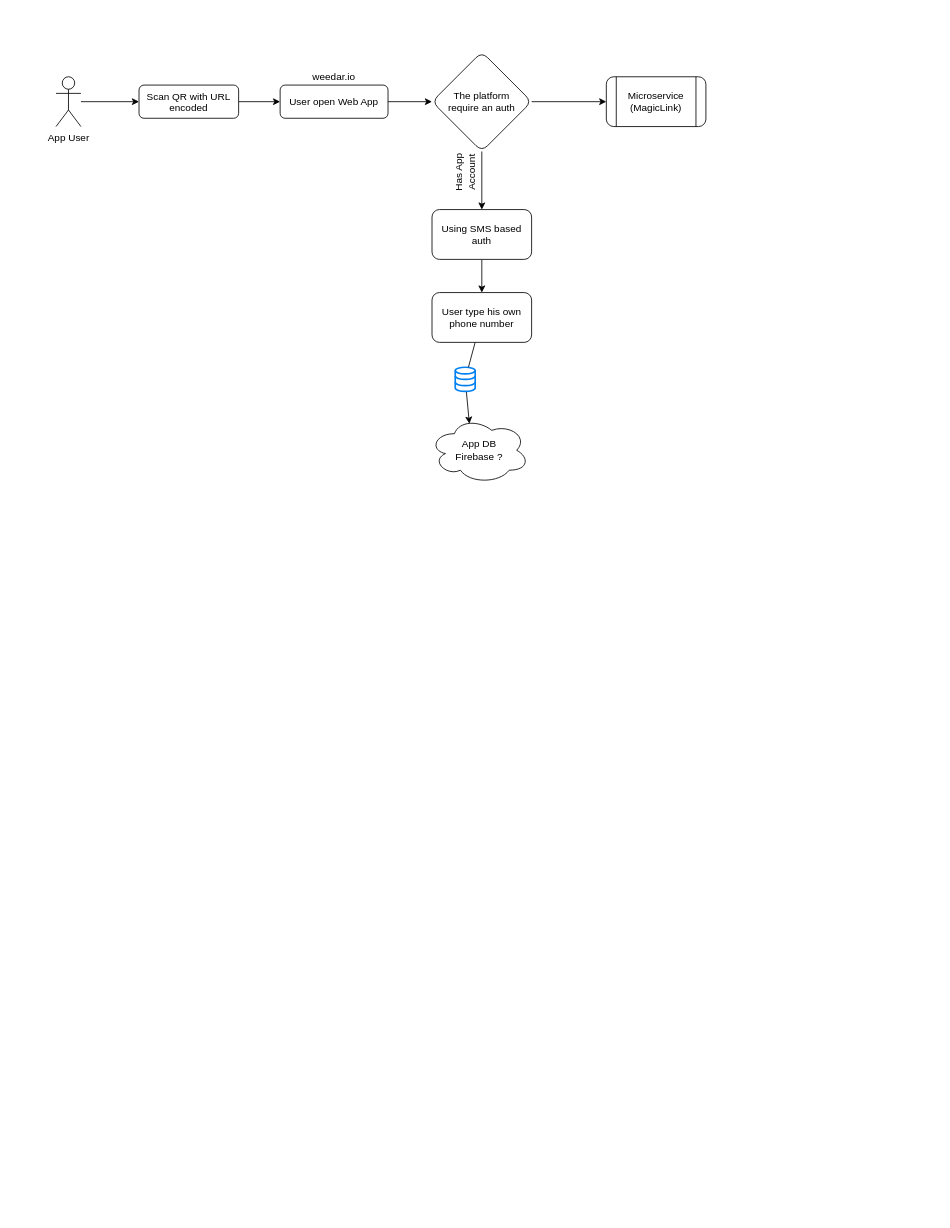
Above: weedar-flowchart.drawio in googleeer/weedar (draw.io), before the change. Source tidied: cells renumbered, new cells numbered last; positions are measured from the earlier drawing's top-left corner, leaving out a move shared by most shapes. Both pictures are drawn from the tidied source at 83%, with x=0, y=0 at pixel (56, 51).
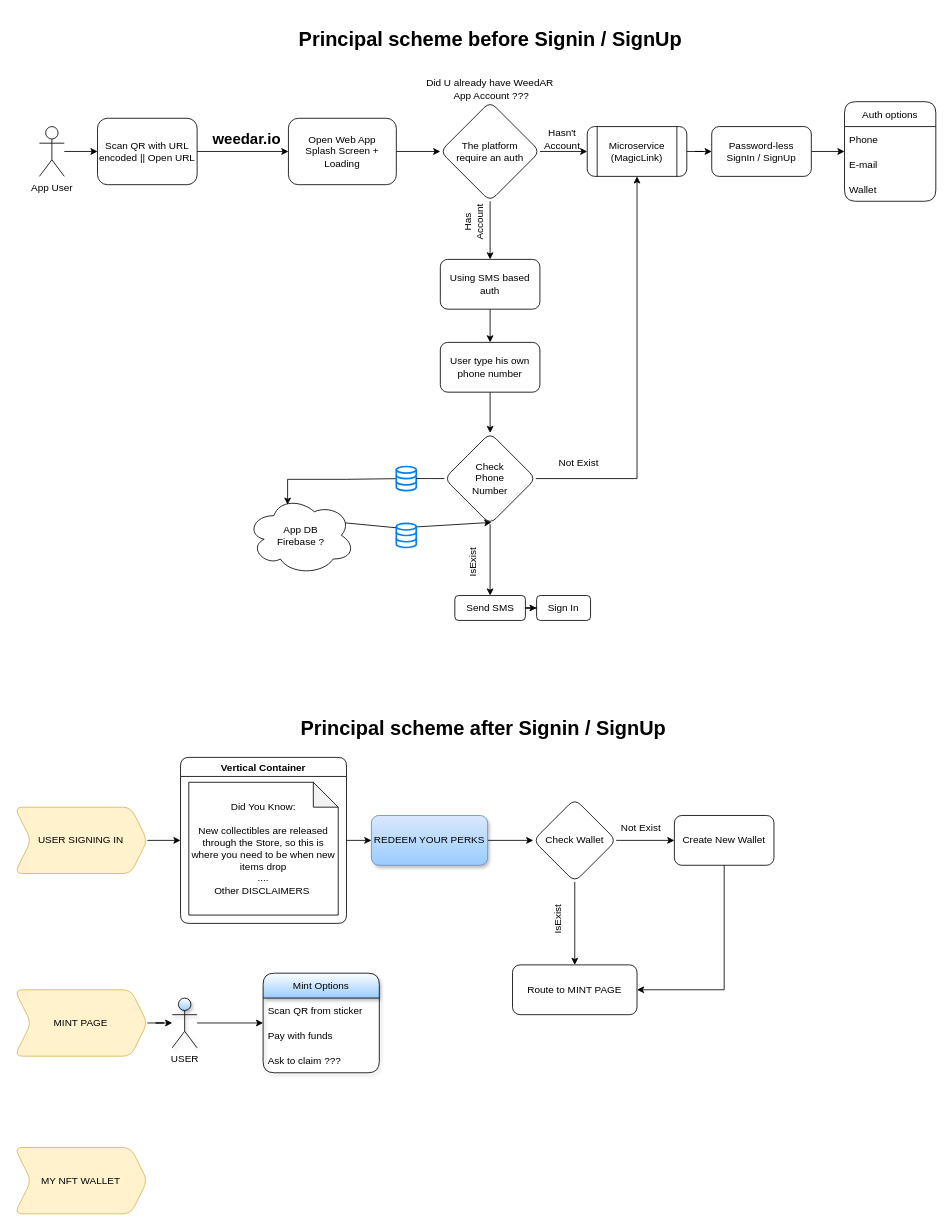
Above is the later version.

Change to the diagram source:
```diff
@@
-    <mxCell id="3" value="User open Web App" style="rounded=1;whiteSpace=wrap;html=1;fontSize=12;glass=0;strokeWidth=1;shadow=0;noLabel=0;" parent="1" vertex="1">
-      <mxGeometry x="270" y="40" width="130" height="40" as="geometry" />
+    <mxCell id="3" value="Open Web App&lt;br&gt;Splash Screen + Loading" style="rounded=1;whiteSpace=wrap;html=1;fontSize=12;glass=0;strokeWidth=1;shadow=0;noLabel=0;verticalAlign=middle;" parent="1" vertex="1">
+      <mxGeometry x="280" y="80" width="130" height="80" as="geometry" />
     </mxCell>
@@
     <mxCell id="5" value="App User" style="shape=umlActor;verticalLabelPosition=bottom;verticalAlign=top;html=1;outlineConnect=0;" parent="1" vertex="1">
-      <mxGeometry y="30" width="30" height="60" as="geometry" />
+      <mxGeometry x="-20" y="90" width="30" height="60" as="geometry" />
     </mxCell>
@@
-    <mxCell id="7" value="Scan QR with URL encoded" style="whiteSpace=wrap;html=1;verticalAlign=top;rounded=1;" parent="1" vertex="1">
-      <mxGeometry x="100" y="40" width="120" height="40" as="geometry" />
+    <mxCell id="7" value="Scan QR with URL encoded || Open URL" style="whiteSpace=wrap;html=1;verticalAlign=middle;rounded=1;" parent="1" vertex="1">
+      <mxGeometry x="50" y="80" width="120" height="80" as="geometry" />
     </mxCell>
+    <mxCell id="21" style="edgeStyle=orthogonalEdgeStyle;rounded=0;jettySize=auto;html=1;shadow=0;" parent="1" edge="1" source="8" target="32">
+      <mxGeometry relative="1" as="geometry" />
+    </mxCell>
     <mxCell id="8" value="Microservice (MagicLink)" style="shape=process;whiteSpace=wrap;html=1;backgroundOutline=1;rounded=1;" parent="1" vertex="1">
-      <mxGeometry x="663" y="30" width="120" height="60" as="geometry" />
+      <mxGeometry x="640" y="90" width="120" height="60" as="geometry" />
     </mxCell>
@@
     <mxCell id="10" value="Using SMS based auth" style="whiteSpace=wrap;html=1;rounded=1;glass=0;strokeWidth=1;shadow=0;" parent="1" vertex="1">
-      <mxGeometry x="453" y="190" width="120" height="60" as="geometry" />
+      <mxGeometry x="463" y="250" width="120" height="60" as="geometry" />
     </mxCell>
     <mxCell id="11" value="App DB&lt;br&gt;Firebase ?" style="ellipse;shape=cloud;whiteSpace=wrap;html=1;rounded=1;" parent="1" vertex="1">
-      <mxGeometry x="450" y="440" width="120" height="80" as="geometry" />
+      <mxGeometry x="230" y="535" width="130" height="95" as="geometry" />
     </mxCell>
+    <mxCell id="22" style="edgeStyle=orthogonalEdgeStyle;rounded=0;jettySize=auto;html=1;exitX=0.5;exitY=1;exitDx=0;exitDy=0;entryX=0.5;entryY=0;entryDx=0;entryDy=0;shadow=0;" parent="1" edge="1" source="12" target="25">
+      <mxGeometry relative="1" as="geometry" />
+    </mxCell>
     <mxCell id="12" value="User type his own phone number" style="rounded=1;whiteSpace=wrap;html=1;" parent="1" vertex="1">
-      <mxGeometry x="453" y="290" width="120" height="60" as="geometry" />
+      <mxGeometry x="463" y="350" width="120" height="60" as="geometry" />
     </mxCell>
-    <mxCell id="13" value="weedar.io" style="text;html=1;strokeColor=none;fillColor=none;align=center;verticalAlign=middle;whiteSpace=wrap;rounded=0;" parent="1" vertex="1" collapsed="1">
-      <mxGeometry x="295" y="20" width="80" height="20" as="geometry" />
+    <mxCell id="13" value="&lt;h2&gt;weedar.io&lt;/h2&gt;" style="text;html=1;strokeColor=none;fillColor=none;align=center;verticalAlign=middle;whiteSpace=wrap;rounded=0;" parent="1" vertex="1" collapsed="1">
+      <mxGeometry x="180" y="80" width="100" height="50" as="geometry" />
     </mxCell>
@@
     <mxCell id="16" value="&lt;span&gt;The platform&lt;/span&gt;&lt;br&gt;&lt;span&gt;require an auth&lt;/span&gt;" style="rhombus;whiteSpace=wrap;html=1;rounded=1;" parent="1" vertex="1">
-      <mxGeometry x="453" width="120" height="120" as="geometry" />
+      <mxGeometry x="463" y="60" width="120" height="120" as="geometry" />
     </mxCell>
-    <mxCell id="17" value="Has App Account" style="text;html=1;strokeColor=none;fillColor=none;align=center;verticalAlign=middle;whiteSpace=wrap;rounded=0;direction=east;rotation=-90;" parent="1" vertex="1">
-      <mxGeometry x="463" y="130" width="60" height="30" as="geometry" />
+    <mxCell id="17" value="Has Account" style="text;html=1;strokeColor=none;fillColor=none;align=center;verticalAlign=middle;whiteSpace=wrap;rounded=0;direction=east;rotation=-90;" parent="1" vertex="1">
+      <mxGeometry x="473" y="190" width="60" height="30" as="geometry" />
     </mxCell>
-    <mxCell id="18" style="endArrow=classic;html=1;rounded=0;shadow=0;startArrow=none;entryX=0.4;entryY=0.1;entryDx=0;entryDy=0;entryPerimeter=0;" parent="1" edge="1" source="19" target="11">
-      <mxGeometry relative="1" as="geometry" />
+    <mxCell id="18" style="endArrow=classic;html=1;rounded=0;shadow=0;startArrow=none;entryX=0.377;entryY=0.111;entryDx=0;entryDy=0;entryPerimeter=0;" parent="1" edge="1" source="19" target="11">
+      <mxGeometry relative="1" as="geometry">
+        <Array as="points">
+          <mxPoint x="350" y="515" />
+          <mxPoint x="279" y="515" />
+        </Array>
+      </mxGeometry>
     </mxCell>
     <mxCell id="19" style="html=1;verticalLabelPosition=bottom;align=center;labelBackgroundColor=#ffffff;verticalAlign=top;strokeWidth=2;strokeColor=#0080F0;shadow=0;dashed=0;shape=mxgraph.ios7.icons.data;rounded=1;" parent="1" vertex="1">
-      <mxGeometry x="481" y="380" width="24" height="29.1" as="geometry" />
+      <mxGeometry x="410" y="499.5" width="24" height="29.1" as="geometry" />
     </mxCell>
-    <mxCell id="20" style="endArrow=none;html=1;rounded=0;shadow=0;" parent="1" edge="1" source="12" target="19">
+    <mxCell id="20" style="endArrow=none;html=1;rounded=0;shadow=0;exitX=0;exitY=0.5;exitDx=0;exitDy=0;" parent="1" edge="1" source="25" target="19">
       <mxGeometry relative="1" as="geometry" />
     </mxCell>
+    <mxCell id="23" style="edgeStyle=orthogonalEdgeStyle;rounded=0;jettySize=auto;html=1;shadow=0;exitX=0.5;exitY=1;exitDx=0;exitDy=0;" parent="1" edge="1" source="25" target="27">
+      <mxGeometry relative="1" as="geometry" />
+    </mxCell>
+    <mxCell id="24" style="edgeStyle=orthogonalEdgeStyle;rounded=0;jettySize=auto;html=1;exitX=1;exitY=0.5;exitDx=0;exitDy=0;shadow=0;entryX=0.5;entryY=1;entryDx=0;entryDy=0;" parent="1" edge="1" source="25" target="8">
+      <mxGeometry relative="1" as="geometry">
+        <Array as="points">
+          <mxPoint x="700" y="514" />
+        </Array>
+      </mxGeometry>
+    </mxCell>
+    <mxCell id="25" value="Check &lt;br&gt;Phone &lt;br&gt;Number" style="rhombus;whiteSpace=wrap;html=1;rounded=1;" parent="1" vertex="1">
+      <mxGeometry x="468" y="459.1" width="110" height="110" as="geometry" />
+    </mxCell>
+    <mxCell id="26" style="edgeStyle=orthogonalEdgeStyle;rounded=0;jettySize=auto;html=1;shadow=0;" parent="1" edge="1" source="27" target="28">
+      <mxGeometry relative="1" as="geometry" />
+    </mxCell>
+    <mxCell id="27" value="Send SMS" style="rounded=1;whiteSpace=wrap;html=1;" parent="1" vertex="1">
+      <mxGeometry x="480.5" y="655" width="85" height="30" as="geometry" />
+    </mxCell>
+    <mxCell id="28" value="Sign In" style="whiteSpace=wrap;html=1;rounded=1;" parent="1" vertex="1">
+      <mxGeometry x="579" y="655" width="65" height="30" as="geometry" />
+    </mxCell>
+    <mxCell id="29" value="IsExist" style="text;html=1;strokeColor=none;fillColor=none;align=center;verticalAlign=middle;whiteSpace=wrap;rounded=0;rotation=-90;" parent="1" vertex="1">
+      <mxGeometry x="473" y="600" width="60" height="30" as="geometry" />
+    </mxCell>
+    <mxCell id="30" value="Hasn't Account" style="text;html=1;strokeColor=none;fillColor=none;align=center;verticalAlign=middle;whiteSpace=wrap;rounded=0;" parent="1" vertex="1">
+      <mxGeometry x="580" y="90" width="60" height="30" as="geometry" />
+    </mxCell>
+    <mxCell id="31" style="edgeStyle=orthogonalEdgeStyle;rounded=0;jettySize=auto;html=1;exitX=1;exitY=0.5;exitDx=0;exitDy=0;entryX=0;entryY=0.5;entryDx=0;entryDy=0;shadow=0;" parent="1" edge="1" source="32" target="34">
+      <mxGeometry relative="1" as="geometry" />
+    </mxCell>
+    <mxCell id="32" value="Password-less &lt;br&gt;SignIn / SignUp" style="whiteSpace=wrap;html=1;rounded=1;" parent="1" vertex="1">
+      <mxGeometry x="790" y="90" width="120" height="60" as="geometry" />
+    </mxCell>
+    <mxCell id="33" value="Not Exist" style="text;html=1;strokeColor=none;fillColor=none;align=center;verticalAlign=middle;whiteSpace=wrap;rounded=0;direction=east;rotation=0;" parent="1" vertex="1">
+      <mxGeometry x="600" y="480" width="60" height="30" as="geometry" />
+    </mxCell>
+    <mxCell id="34" value="Auth options" style="swimlane;fontStyle=0;horizontal=1;startSize=30;rounded=1;" parent="1" vertex="1">
+      <mxGeometry x="950" y="60" width="110" height="120" as="geometry" />
+    </mxCell>
+    <mxCell id="35" value="Phone" style="text;strokeColor=none;fillColor=none;align=left;verticalAlign=middle;spacingLeft=4;spacingRight=4;overflow=hidden;rounded=1;" parent="34" vertex="1">
+      <mxGeometry y="30" width="110" height="30" as="geometry" />
+    </mxCell>
+    <mxCell id="36" value="E-mail" style="text;strokeColor=none;fillColor=none;align=left;verticalAlign=middle;spacingLeft=4;spacingRight=4;overflow=hidden;rounded=1;" parent="34" vertex="1">
+      <mxGeometry y="60" width="110" height="30" as="geometry" />
+    </mxCell>
+    <mxCell id="37" value="Wallet" style="text;strokeColor=none;fillColor=none;align=left;verticalAlign=middle;spacingLeft=4;spacingRight=4;overflow=hidden;rounded=1;" parent="34" vertex="1">
+      <mxGeometry y="90" width="110" height="30" as="geometry" />
+    </mxCell>
+    <mxCell id="38" value="&lt;h1&gt;Principal scheme before Signin / SignUp&lt;/h1&gt;" style="text;html=1;strokeColor=none;fillColor=none;spacing=5;spacingTop=-20;whiteSpace=wrap;overflow=hidden;rounded=0;align=center;verticalAlign=middle;" parent="1" vertex="1">
+      <mxGeometry x="249.5" y="-30" width="547" height="50" as="geometry" />
+    </mxCell>
+    <mxCell id="39" value="Did U already have WeedAR&lt;br&gt;&amp;nbsp;App Account ???" style="text;html=1;strokeColor=none;fillColor=none;align=center;verticalAlign=middle;whiteSpace=wrap;rounded=0;" parent="1" vertex="1">
+      <mxGeometry x="433" y="30" width="180" height="30" as="geometry" />
+    </mxCell>
+    <mxCell id="40" style="endArrow=classic;html=1;rounded=0;shadow=0;sketch=0;entryX=0.514;entryY=0.98;entryDx=0;entryDy=0;entryPerimeter=0;exitX=1.024;exitY=0.148;exitDx=0;exitDy=0;exitPerimeter=0;startArrow=none;" parent="1" edge="1" source="41" target="25">
+      <mxGeometry relative="1" as="geometry" />
+    </mxCell>
+    <mxCell id="41" style="html=1;verticalLabelPosition=bottom;align=center;labelBackgroundColor=#ffffff;verticalAlign=top;strokeWidth=2;strokeColor=#0080F0;shadow=0;dashed=0;shape=mxgraph.ios7.icons.data;rounded=1;" parent="1" vertex="1">
+      <mxGeometry x="410" y="568" width="24" height="29.1" as="geometry" />
+    </mxCell>
+    <mxCell id="42" style="endArrow=none;html=1;rounded=0;shadow=0;sketch=0;entryX=-0.018;entryY=0.184;entryDx=0;entryDy=0;entryPerimeter=0;exitX=0.912;exitY=0.342;exitDx=0;exitDy=0;exitPerimeter=0;" parent="1" edge="1" source="11" target="41">
+      <mxGeometry relative="1" as="geometry" />
+    </mxCell>
+    <mxCell id="43" value="&lt;h1&gt;Principal scheme after Signin / SignUp&lt;/h1&gt;" style="text;html=1;strokeColor=none;fillColor=none;spacing=5;spacingTop=-20;whiteSpace=wrap;overflow=hidden;rounded=0;align=center;verticalAlign=middle;" parent="1" vertex="1">
+      <mxGeometry x="110" y="800" width="810" height="40" as="geometry" />
+    </mxCell>
+    <mxCell id="44" style="edgeStyle=orthogonalEdgeStyle;rounded=0;sketch=0;jettySize=auto;html=1;exitX=1;exitY=0.5;exitDx=0;exitDy=0;entryX=0;entryY=0.5;entryDx=0;entryDy=0;shadow=0;" parent="1" edge="1" source="45" target="58">
+      <mxGeometry relative="1" as="geometry" />
+    </mxCell>
+    <mxCell id="45" value="USER SIGNING IN" style="shape=step;perimeter=stepPerimeter;whiteSpace=wrap;html=1;fixedSize=1;rounded=1;fillColor=#fff2cc;strokeColor=#d6b656;" parent="1" vertex="1">
+      <mxGeometry x="-50" y="910" width="160" height="80" as="geometry" />
+    </mxCell>
+    <mxCell id="46" style="edgeStyle=orthogonalEdgeStyle;rounded=0;sketch=0;jettySize=auto;html=1;shadow=0;" parent="1" edge="1" source="48" target="50">
+      <mxGeometry relative="1" as="geometry" />
+    </mxCell>
+    <mxCell id="47" style="edgeStyle=orthogonalEdgeStyle;rounded=0;sketch=0;jettySize=auto;html=1;shadow=0;" parent="1" edge="1" source="48" target="52">
+      <mxGeometry relative="1" as="geometry" />
+    </mxCell>
+    <mxCell id="48" value="Check Wallet" style="rhombus;whiteSpace=wrap;html=1;rounded=1;" parent="1" vertex="1">
+      <mxGeometry x="575" y="900" width="100" height="100" as="geometry" />
+    </mxCell>
+    <mxCell id="49" style="edgeStyle=orthogonalEdgeStyle;rounded=0;sketch=0;jettySize=auto;html=1;exitX=0.5;exitY=1;exitDx=0;exitDy=0;entryX=1;entryY=0.5;entryDx=0;entryDy=0;shadow=0;" parent="1" edge="1" source="50" target="52">
+      <mxGeometry relative="1" as="geometry" />
+    </mxCell>
+    <mxCell id="50" value="Create New Wallet" style="whiteSpace=wrap;html=1;rounded=1;" parent="1" vertex="1">
+      <mxGeometry x="745" y="920" width="120" height="60" as="geometry" />
+    </mxCell>
+    <mxCell id="51" value="Not Exist" style="text;html=1;strokeColor=none;fillColor=none;align=center;verticalAlign=middle;whiteSpace=wrap;rounded=0;" parent="1" vertex="1">
+      <mxGeometry x="675" y="920" width="60" height="30" as="geometry" />
+    </mxCell>
+    <mxCell id="52" value="Route to MINT PAGE" style="whiteSpace=wrap;html=1;rounded=1;" parent="1" vertex="1">
+      <mxGeometry x="550" y="1100" width="150" height="60" as="geometry" />
+    </mxCell>
+    <mxCell id="53" value="IsExist" style="text;html=1;strokeColor=none;fillColor=none;align=center;verticalAlign=middle;whiteSpace=wrap;rounded=0;rotation=-90;" parent="1" vertex="1">
+      <mxGeometry x="575" y="1030" width="60" height="30" as="geometry" />
+    </mxCell>
+    <mxCell id="54" value="MY NFT WALLET" style="shape=step;perimeter=stepPerimeter;whiteSpace=wrap;html=1;fixedSize=1;rounded=1;fillColor=#fff2cc;strokeColor=#d6b656;" parent="1" vertex="1">
+      <mxGeometry x="-50" y="1320" width="160" height="80" as="geometry" />
+    </mxCell>
+    <mxCell id="55" style="edgeStyle=orthogonalEdgeStyle;rounded=0;sketch=0;jettySize=auto;html=1;exitX=1;exitY=0.5;exitDx=0;exitDy=0;shadow=0;" parent="1" edge="1" source="56" target="63">
+      <mxGeometry relative="1" as="geometry" />
+    </mxCell>
+    <mxCell id="56" value="MINT PAGE" style="shape=step;perimeter=stepPerimeter;whiteSpace=wrap;html=1;fixedSize=1;rounded=1;fillColor=#fff2cc;strokeColor=#d6b656;" parent="1" vertex="1">
+      <mxGeometry x="-50" y="1130" width="160" height="80" as="geometry" />
+    </mxCell>
+    <mxCell id="57" style="edgeStyle=orthogonalEdgeStyle;rounded=0;sketch=0;jettySize=auto;html=1;exitX=1;exitY=0.5;exitDx=0;exitDy=0;entryX=0;entryY=0.5;entryDx=0;entryDy=0;shadow=0;" parent="1" edge="1" source="58" target="61">
+      <mxGeometry relative="1" as="geometry" />
+    </mxCell>
+    <mxCell id="58" value="Vertical Container" style="swimlane;rounded=1;" parent="1" vertex="1">
+      <mxGeometry x="150" y="850" width="200" height="200" as="geometry" />
+    </mxCell>
+    <mxCell id="59" value="Did You Know:&lt;br&gt;&lt;br&gt;New collectibles are released through the Store, so this is where you need to be when new items drop&lt;br&gt;....&lt;br&gt;Other DISCLAIMERS&amp;nbsp;" style="shape=note;whiteSpace=wrap;html=1;backgroundOutline=1;darkOpacity=0.05;rounded=1;" parent="58" vertex="1">
+      <mxGeometry x="10" y="30" width="180" height="160" as="geometry" />
+    </mxCell>
+    <mxCell id="60" style="edgeStyle=orthogonalEdgeStyle;rounded=0;sketch=0;jettySize=auto;html=1;exitX=1;exitY=0.5;exitDx=0;exitDy=0;entryX=0;entryY=0.5;entryDx=0;entryDy=0;shadow=0;" parent="1" edge="1" source="61" target="48">
+      <mxGeometry relative="1" as="geometry" />
+    </mxCell>
+    <mxCell id="61" value="REDEEM YOUR PERKS" style="rounded=1;whiteSpace=wrap;html=1;fillColor=#dae8fc;strokeColor=#6c8ebf;gradientColor=#99CCFF;shadow=1;" parent="1" vertex="1">
+      <mxGeometry x="380" y="920" width="140" height="60" as="geometry" />
+    </mxCell>
+    <mxCell id="62" style="edgeStyle=orthogonalEdgeStyle;rounded=0;sketch=0;jettySize=auto;html=1;shadow=0;entryX=0;entryY=0.5;entryDx=0;entryDy=0;" parent="1" edge="1" source="63" target="64">
+      <mxGeometry relative="1" as="geometry" />
+    </mxCell>
+    <mxCell id="63" value="USER" style="shape=umlActor;verticalLabelPosition=bottom;verticalAlign=top;html=1;outlineConnect=0;rounded=1;shadow=1;gradientColor=#99CCFF;" parent="1" vertex="1">
+      <mxGeometry x="140" y="1140" width="30" height="60" as="geometry" />
+    </mxCell>
+    <mxCell id="64" value="Mint Options" style="swimlane;fontStyle=0;horizontal=1;startSize=30;rounded=1;shadow=1;gradientColor=#99CCFF;" parent="1" vertex="1">
+      <mxGeometry x="249.5" y="1110" width="140" height="120" as="geometry" />
+    </mxCell>
+    <mxCell id="65" value="Scan QR from sticker" style="text;strokeColor=none;fillColor=none;align=left;verticalAlign=middle;spacingLeft=4;spacingRight=4;overflow=hidden;rounded=1;shadow=1;" parent="64" vertex="1">
+      <mxGeometry y="30" width="140" height="30" as="geometry" />
+    </mxCell>
+    <mxCell id="66" value="Pay with funds" style="text;strokeColor=none;fillColor=none;align=left;verticalAlign=middle;spacingLeft=4;spacingRight=4;overflow=hidden;rounded=1;shadow=1;" parent="64" vertex="1">
+      <mxGeometry y="60" width="140" height="30" as="geometry" />
+    </mxCell>
+    <mxCell id="67" value="Ask to claim ???" style="text;strokeColor=none;fillColor=none;align=left;verticalAlign=middle;spacingLeft=4;spacingRight=4;overflow=hidden;rounded=1;shadow=1;" parent="64" vertex="1">
+      <mxGeometry y="90" width="140" height="30" as="geometry" />
+    </mxCell>
```
